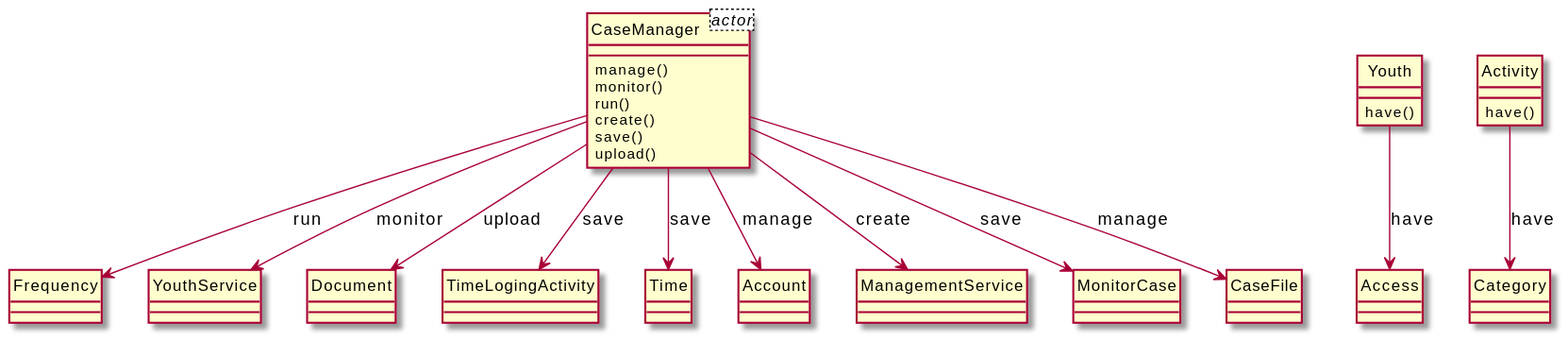
xixixhalu/DomainModelExtractor keeps this PlantUML diagram as output/diagram_5/2014-USC-Project08.svg. Above is the earlier version. Its diagram source:
```plantuml
@startuml
hide circle
class CaseManager<actor> {
}
class CaseManager {
	manage()
	monitor()
	run()
	create()
	save()
	upload()
}
class Frequency {
}
class YouthService {
}
class Document {
}
class TimeLogingActivity {
}
class Time {
}
class Account {
}
class Youth {
	have()
}
class Access {
}
class ManagementService {
}
class MonitorCase {
}
class Activity {
	have()
}
class Category {
}
class CaseFile {
}
CaseManager --> YouthService : monitor
Youth --> Access : have
CaseManager --> Time : save
CaseManager --> Frequency : run
CaseManager --> Document : upload
Activity --> Category : have
CaseManager --> ManagementService : create
CaseManager --> CaseFile : manage
CaseManager --> Account : manage
CaseManager --> TimeLogingActivity : save
CaseManager --> MonitorCase : save
@enduml
```
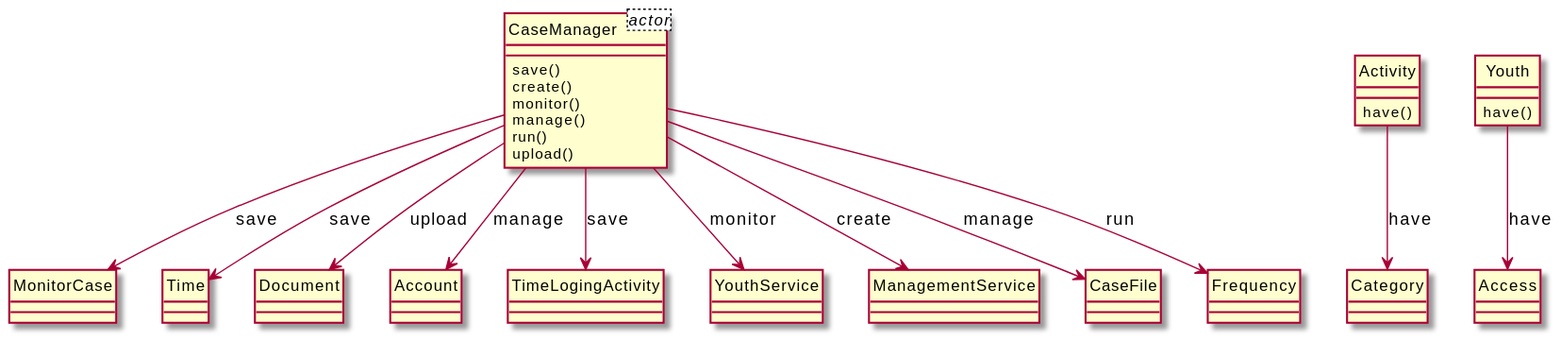
After the change.

Diff of the diagram source:
```diff
@@ -3,31 +3,12 @@
 class CaseManager<actor> {
 }
 class CaseManager {
+	save()
+	create()
+	monitor()
 	manage()
-	monitor()
 	run()
-	create()
-	save()
 	upload()
-}
-class Frequency {
-}
-class YouthService {
-}
-class Document {
-}
-class TimeLogingActivity {
-}
-class Time {
-}
-class Account {
-}
-class Youth {
-	have()
-}
-class Access {
-}
-class ManagementService {
 }
 class MonitorCase {
 }
@@ -36,17 +17,36 @@
 }
 class Category {
 }
+class Youth {
+	have()
+}
+class Access {
+}
+class Time {
+}
+class Document {
+}
+class Account {
+}
+class TimeLogingActivity {
+}
+class YouthService {
+}
+class ManagementService {
+}
 class CaseFile {
 }
+class Frequency {
+}
+CaseManager --> Account : manage
+CaseManager --> ManagementService : create
+CaseManager --> Time : save
+Activity --> Category : have
+CaseManager --> MonitorCase : save
+CaseManager --> TimeLogingActivity : save
+CaseManager --> CaseFile : manage
+CaseManager --> Document : upload
 CaseManager --> YouthService : monitor
+CaseManager --> Frequency : run
 Youth --> Access : have
-CaseManager --> Time : save
-CaseManager --> Frequency : run
-CaseManager --> Document : upload
-Activity --> Category : have
-CaseManager --> ManagementService : create
-CaseManager --> CaseFile : manage
-CaseManager --> Account : manage
-CaseManager --> TimeLogingActivity : save
-CaseManager --> MonitorCase : save
 @enduml
```
